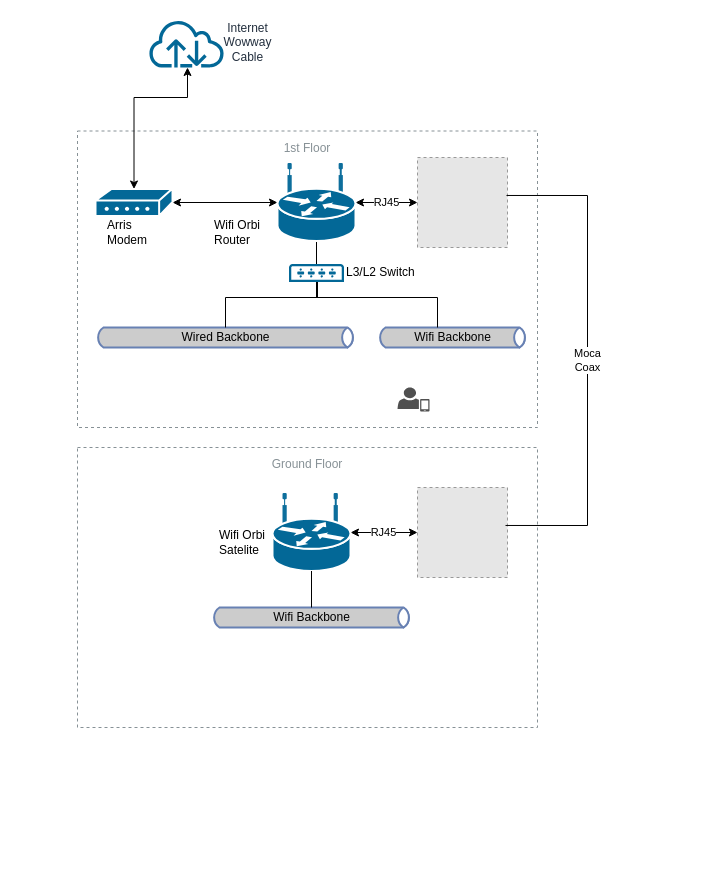
Earlier version of the draw.io diagram DrawIO/HomeNetwork.drawio (josephlim75/technologies). Source tidied: cells renumbered, new cells numbered last; positions are measured from the earlier drawing's top-left corner, leaving out a move shared by most shapes. Both pictures are drawn from the tidied source at 100%, with x=0, y=0 at pixel (77, 17). Pictures stored in the file or linked from it are replaced by grey dashed boxes.
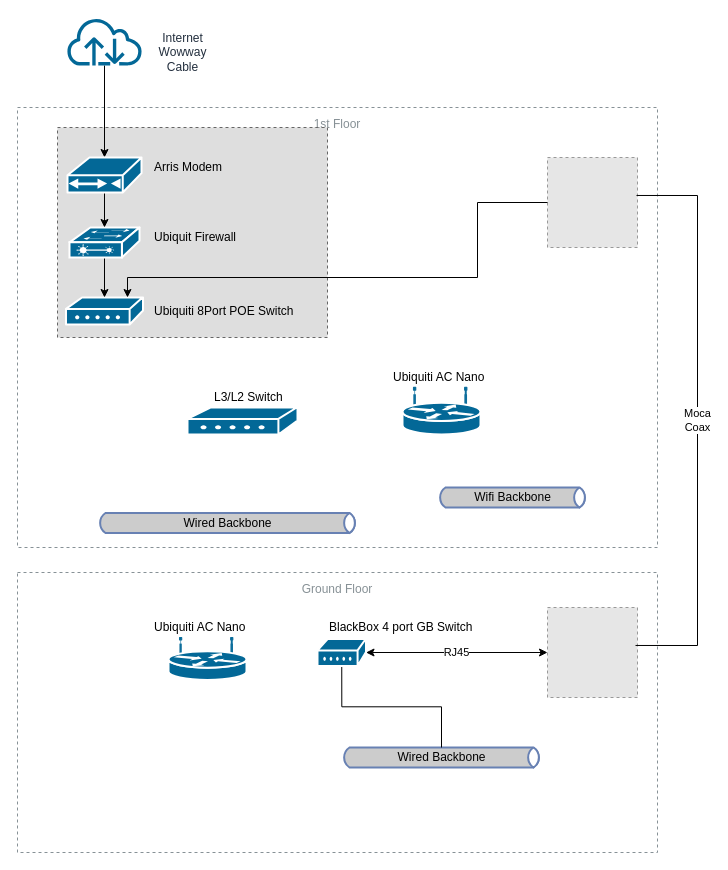
Above is the later version.

Change to the diagram source:
```diff
@@
     <mxCell id="2" value="Ground Floor" style="gradientColor=none;html=1;whiteSpace=wrap;fontSize=12;fontStyle=0;strokeColor=#879196;fillColor=none;verticalAlign=top;align=center;fontColor=#879196;dashed=1;spacingTop=3;" parent="1" vertex="1">
-      <mxGeometry y="430" width="460" height="280" as="geometry" />
+      <mxGeometry x="-60" y="555" width="640" height="280" as="geometry" />
     </mxCell>
     <mxCell id="3" value="1st Floor" style="gradientColor=none;html=1;whiteSpace=wrap;fontSize=12;fontStyle=0;strokeColor=#879196;fillColor=none;verticalAlign=top;align=center;fontColor=#879196;dashed=1;spacingTop=3;" parent="1" vertex="1">
-      <mxGeometry y="113.5" width="460" height="296.5" as="geometry" />
+      <mxGeometry x="-60" y="90" width="640" height="440" as="geometry" />
     </mxCell>
+    <mxCell id="29" style="rounded=0;whiteSpace=wrap;html=1;fillColor=#DEDEDE;dashed=1;strokeColor=#666666;" parent="1" vertex="1">
+      <mxGeometry x="-20" y="110" width="270" height="210" as="geometry" />
+    </mxCell>
     <mxCell id="4" style="fillColor=#E6E6E6;strokeColor=#999999;dashed=1;verticalLabelPosition=bottom;labelBackgroundColor=#ffffff;verticalAlign=top;rotation=-180;" parent="1" vertex="1">
-      <mxGeometry x="340" y="140" width="90" height="90" as="geometry" />
+      <mxGeometry x="470" y="140" width="90" height="90" as="geometry" />
     </mxCell>
-    <mxCell id="5" style="edgeStyle=orthogonalEdgeStyle;rounded=0;jettySize=auto;html=1;startArrow=classic;startFill=1;" parent="1" edge="1" source="6" target="9">
-      <mxGeometry relative="1" as="geometry" />
-    </mxCell>
     <mxCell id="6" style="shape=mxgraph.cisco.modems_and_phones.modem;html=1;dashed=0;fillColor=#036897;strokeColor=#ffffff;strokeWidth=2;verticalLabelPosition=bottom;verticalAlign=top;align=center;outlineConnect=0;" parent="1" vertex="1">
-      <mxGeometry x="18" y="171.5" width="77" height="27" as="geometry" />
+      <mxGeometry x="-11.5" y="280" width="77" height="27" as="geometry" />
     </mxCell>
-    <mxCell id="7" value="RJ45" style="edgeStyle=orthogonalEdgeStyle;rounded=0;jettySize=auto;html=1;startArrow=classic;startFill=1;" parent="1" edge="1" source="9" target="4">
-      <mxGeometry relative="1" as="geometry" />
-    </mxCell>
-    <mxCell id="8" style="edgeStyle=orthogonalEdgeStyle;rounded=0;jettySize=auto;html=1;exitX=0.5;exitY=0.32;exitDx=0;exitDy=0;exitPerimeter=0;endArrow=none;endFill=0;" parent="1" edge="1" source="9" target="12">
-      <mxGeometry relative="1" as="geometry" />
-    </mxCell>
     <mxCell id="9" style="shape=mxgraph.cisco.routers.wireless_router;html=1;dashed=0;fillColor=#036897;strokeColor=#ffffff;strokeWidth=2;verticalLabelPosition=bottom;verticalAlign=top;align=center;outlineConnect=0;" parent="1" vertex="1">
-      <mxGeometry x="200" y="146.5" width="78" height="77" as="geometry" />
+      <mxGeometry x="325" y="370" width="78" height="47" as="geometry" />
     </mxCell>
+    <mxCell id="30" style="edgeStyle=orthogonalEdgeStyle;rounded=0;jettySize=auto;html=1;entryX=0.5;entryY=0;entryDx=0;entryDy=0;entryPerimeter=0;" parent="1" edge="1" source="10" target="37">
+      <mxGeometry relative="1" as="geometry" />
+    </mxCell>
     <mxCell id="10" style="outlineConnect=0;fontColor=#232F3E;gradientColor=none;strokeColor=none;dashed=0;verticalLabelPosition=bottom;verticalAlign=top;align=center;html=1;fontSize=12;fontStyle=0;shape=mxgraph.aws4.internet;fillColor=#036897;" parent="1" vertex="1">
-      <mxGeometry x="70" y="2" width="78" height="48" as="geometry" />
+      <mxGeometry x="-12" width="78" height="48" as="geometry" />
     </mxCell>
-    <mxCell id="11" style="endArrow=classic;startArrow=classic;html=1;edgeStyle=orthogonalEdgeStyle;rounded=0;entryX=0.5;entryY=0;entryDx=0;entryDy=0;entryPerimeter=0;" parent="1" edge="1" source="10" target="6">
-      <mxGeometry relative="1" as="geometry">
-        <Array as="points">
-          <mxPoint x="110" y="80" />
-        </Array>
-      </mxGeometry>
-    </mxCell>
-    <mxCell id="12" style="shadow=0;dashed=0;html=1;strokeColor=none;labelPosition=center;verticalLabelPosition=bottom;verticalAlign=top;outlineConnect=0;align=center;shape=mxgraph.office.devices.switch;fillColor=#036897;" parent="1" vertex="1">
-      <mxGeometry x="211.5" y="246.5" width="55" height="18" as="geometry" />
-    </mxCell>
     <mxCell id="13" value="L3/L2 Switch" style="text;html=1;align=left;verticalAlign=middle;fillColor=none;strokeColor=none;rounded=0;" parent="1" vertex="1">
-      <mxGeometry x="266.5" y="244.5" width="80" height="20" as="geometry" />
+      <mxGeometry x="135" y="370" width="80" height="20" as="geometry" />
     </mxCell>
-    <mxCell id="14" value="Wifi Orbi&lt;br&gt;Router" style="text;html=1;align=left;verticalAlign=middle;fillColor=none;strokeColor=none;rounded=0;" parent="1" vertex="1">
-      <mxGeometry x="135" y="200" width="60" height="30" as="geometry" />
+    <mxCell id="14" value="Ubiquiti 8Port POE Switch" style="text;html=1;align=left;verticalAlign=middle;fillColor=none;strokeColor=none;rounded=0;" parent="1" vertex="1">
+      <mxGeometry x="75" y="283.5" width="150" height="20" as="geometry" />
     </mxCell>
-    <mxCell id="15" value="RJ45" style="edgeStyle=orthogonalEdgeStyle;rounded=0;jettySize=auto;html=1;entryX=1;entryY=0.5;entryDx=0;entryDy=0;entryPerimeter=0;startArrow=classic;startFill=1;" parent="1" edge="1" source="16" target="17">
+    <mxCell id="15" value="RJ45" style="edgeStyle=orthogonalEdgeStyle;rounded=0;jettySize=auto;html=1;entryX=1;entryY=0.5;entryDx=0;entryDy=0;entryPerimeter=0;startArrow=classic;startFill=1;" parent="1" edge="1" source="16" target="31">
       <mxGeometry relative="1" as="geometry" />
     </mxCell>
     <mxCell id="16" style="fillColor=#E6E6E6;strokeColor=#999999;dashed=1;verticalLabelPosition=bottom;labelBackgroundColor=#ffffff;verticalAlign=top;rotation=-180;" parent="1" vertex="1">
-      <mxGeometry x="340" y="470" width="90" height="90" as="geometry" />
+      <mxGeometry x="470" y="590" width="90" height="90" as="geometry" />
     </mxCell>
-    <mxCell id="17" style="shape=mxgraph.cisco.routers.wireless_router;html=1;dashed=0;fillColor=#036897;strokeColor=#ffffff;strokeWidth=2;verticalLabelPosition=bottom;verticalAlign=top;align=center;outlineConnect=0;" parent="1" vertex="1">
-      <mxGeometry x="195" y="476.5" width="78" height="77" as="geometry" />
-    </mxCell>
     <mxCell id="18" value="Moca&lt;br&gt;Coax" style="edgeStyle=orthogonalEdgeStyle;rounded=0;jettySize=auto;html=1;exitX=0.011;exitY=0.578;exitDx=0;exitDy=0;exitPerimeter=0;endArrow=none;endFill=0;entryX=0.022;entryY=0.578;entryDx=0;entryDy=0;entryPerimeter=0;" parent="1" edge="1" source="4" target="16">
       <mxGeometry relative="1" as="geometry">
         <Array as="points">
-          <mxPoint x="510" y="178" />
-          <mxPoint x="510" y="508" />
+          <mxPoint x="620" y="178" />
+          <mxPoint x="620" y="628" />
         </Array>
       </mxGeometry>
     </mxCell>
-    <mxCell id="19" value="Wifi Orbi&lt;br&gt;Satelite" style="text;html=1;align=left;verticalAlign=middle;fillColor=none;strokeColor=none;rounded=0;" parent="1" vertex="1">
-      <mxGeometry x="140" y="510" width="60" height="30" as="geometry" />
+    <mxCell id="19" value="BlackBox 4 port GB Switch" style="text;html=1;align=left;verticalAlign=middle;fillColor=none;strokeColor=none;rounded=0;" parent="1" vertex="1">
+      <mxGeometry x="250" y="600" width="160" height="20" as="geometry" />
     </mxCell>
     <mxCell id="20" value="&lt;span style=&quot;color: rgb(35 , 47 , 62)&quot;&gt;Internet&lt;/span&gt;&lt;br style=&quot;color: rgb(35 , 47 , 62)&quot;&gt;&lt;span style=&quot;color: rgb(35 , 47 , 62)&quot;&gt;Wowway&lt;/span&gt;&lt;br style=&quot;color: rgb(35 , 47 , 62)&quot;&gt;&lt;span style=&quot;color: rgb(35 , 47 , 62)&quot;&gt;Cable&lt;/span&gt;" style="text;html=1;align=center;verticalAlign=middle;fillColor=none;strokeColor=none;rounded=0;" parent="1" vertex="1">
-      <mxGeometry x="140" width="60" height="50" as="geometry" />
+      <mxGeometry x="75" y="10" width="60" height="50" as="geometry" />
     </mxCell>
-    <mxCell id="21" value="&lt;font color=&quot;#000000&quot;&gt;Wifi Backbone&lt;/font&gt;" style="html=1;outlineConnect=0;fillColor=#CCCCCC;strokeColor=#6881B3;gradientColor=none;gradientDirection=north;strokeWidth=2;shape=mxgraph.networks.bus;gradientColor=none;gradientDirection=north;fontColor=#ffffff;perimeter=backbonePerimeter;backboneSize=20;align=center;" parent="1" vertex="1">
-      <mxGeometry x="134" y="590" width="200" height="20" as="geometry" />
+    <mxCell id="21" value="&lt;font color=&quot;#000000&quot;&gt;Wired Backbone&lt;/font&gt;" style="html=1;outlineConnect=0;fillColor=#CCCCCC;strokeColor=#6881B3;gradientColor=none;gradientDirection=north;strokeWidth=2;shape=mxgraph.networks.bus;gradientColor=none;gradientDirection=north;fontColor=#ffffff;perimeter=backbonePerimeter;backboneSize=20;align=center;" parent="1" vertex="1">
+      <mxGeometry x="264" y="730" width="200" height="20" as="geometry" />
     </mxCell>
     <mxCell id="22" value="&lt;font color=&quot;#000000&quot;&gt;Wired Backbone&lt;/font&gt;" style="html=1;outlineConnect=0;fillColor=#CCCCCC;strokeColor=#6881B3;gradientColor=none;gradientDirection=north;strokeWidth=2;shape=mxgraph.networks.bus;gradientColor=none;gradientDirection=north;fontColor=#ffffff;perimeter=backbonePerimeter;backboneSize=20;align=center;" parent="1" vertex="1">
-      <mxGeometry x="18" y="310" width="260" height="20" as="geometry" />
+      <mxGeometry x="20" y="495.5" width="260" height="20" as="geometry" />
     </mxCell>
     <mxCell id="23" value="&lt;font color=&quot;#000000&quot;&gt;Wifi Backbone&lt;/font&gt;" style="html=1;outlineConnect=0;fillColor=#CCCCCC;strokeColor=#6881B3;gradientColor=none;gradientDirection=north;strokeWidth=2;shape=mxgraph.networks.bus;gradientColor=none;gradientDirection=north;fontColor=#ffffff;perimeter=backbonePerimeter;backboneSize=20;align=center;" parent="1" vertex="1">
-      <mxGeometry x="300" y="310" width="150" height="20" as="geometry" />
+      <mxGeometry x="360" y="470" width="150" height="20" as="geometry" />
     </mxCell>
-    <mxCell id="24" style="endArrow=none;html=1;edgeStyle=orthogonalEdgeStyle;rounded=0;" parent="1" edge="1" source="23" target="12">
-      <mxGeometry relative="1" as="geometry">
-        <Array as="points">
-          <mxPoint x="360" y="280" />
-          <mxPoint x="239" y="280" />
-        </Array>
-      </mxGeometry>
-    </mxCell>
-    <mxCell id="25" style="endArrow=none;html=1;edgeStyle=orthogonalEdgeStyle;rounded=0;" parent="1" edge="1" source="22" target="12">
-      <mxGeometry relative="1" as="geometry">
-        <Array as="points">
-          <mxPoint x="148" y="280" />
-          <mxPoint x="240" y="280" />
-        </Array>
-      </mxGeometry>
-    </mxCell>
-    <mxCell id="26" style="endArrow=none;html=1;edgeStyle=orthogonalEdgeStyle;rounded=0;entryX=0.5;entryY=1;entryDx=0;entryDy=0;entryPerimeter=0;" parent="1" edge="1" source="21" target="17">
+    <mxCell id="26" style="endArrow=none;html=1;edgeStyle=orthogonalEdgeStyle;rounded=0;entryX=0.5;entryY=1;entryDx=0;entryDy=0;entryPerimeter=0;" parent="1" edge="1" source="21" target="31">
       <mxGeometry relative="1" as="geometry" />
     </mxCell>
-    <mxCell id="27" value="Arris&lt;br&gt;Modem" style="text;html=1;align=left;verticalAlign=middle;fillColor=none;strokeColor=none;rounded=0;" parent="1" vertex="1">
-      <mxGeometry x="27.5" y="200" width="60" height="30" as="geometry" />
+    <mxCell id="27" value="Arris Modem" style="text;html=1;align=left;verticalAlign=middle;fillColor=none;strokeColor=none;rounded=0;" parent="1" vertex="1">
+      <mxGeometry x="75" y="140" width="80" height="20" as="geometry" />
     </mxCell>
-    <mxCell id="28" style="shadow=0;dashed=0;html=1;strokeColor=none;fillColor=#505050;labelPosition=center;verticalLabelPosition=bottom;verticalAlign=top;align=center;shape=mxgraph.office.users.mobile_user;" parent="1" vertex="1">
-      <mxGeometry x="320" y="370" width="32" height="24" as="geometry" />
-    </mxCell>
+    <mxCell id="31" style="shape=mxgraph.cisco.modems_and_phones.modem;html=1;dashed=0;fillColor=#036897;strokeColor=#ffffff;strokeWidth=2;verticalLabelPosition=bottom;verticalAlign=top;align=center;outlineConnect=0;" parent="1" vertex="1">
+      <mxGeometry x="240" y="621.5" width="48.5" height="27" as="geometry" />
+    </mxCell>
+    <mxCell id="32" style="edgeStyle=orthogonalEdgeStyle;rounded=0;jettySize=auto;html=1;exitX=1;exitY=0.5;exitDx=0;exitDy=0;" parent="1" edge="1" source="4" target="6">
+      <mxGeometry relative="1" as="geometry">
+        <Array as="points">
+          <mxPoint x="400" y="185" />
+          <mxPoint x="400" y="260" />
+          <mxPoint x="50" y="260" />
+        </Array>
+      </mxGeometry>
+    </mxCell>
+    <mxCell id="33" style="edgeStyle=orthogonalEdgeStyle;rounded=0;jettySize=auto;html=1;" parent="1" edge="1" source="34" target="6">
+      <mxGeometry relative="1" as="geometry" />
+    </mxCell>
+    <mxCell id="34" style="shape=mxgraph.cisco.switches.layer_2_remote_switch;html=1;dashed=0;fillColor=#036897;strokeColor=#ffffff;strokeWidth=2;verticalLabelPosition=bottom;verticalAlign=top;align=center;outlineConnect=0;" parent="1" vertex="1">
+      <mxGeometry x="-8" y="210" width="70" height="30" as="geometry" />
+    </mxCell>
+    <mxCell id="35" style="shape=mxgraph.cisco.routers.wireless_router;html=1;dashed=0;fillColor=#036897;strokeColor=#ffffff;strokeWidth=2;verticalLabelPosition=bottom;verticalAlign=top;align=center;" parent="1" vertex="1">
+      <mxGeometry x="91" y="620" width="78" height="42.5" as="geometry" />
+    </mxCell>
+    <mxCell id="36" style="edgeStyle=orthogonalEdgeStyle;rounded=0;jettySize=auto;html=1;" parent="1" edge="1" source="37" target="34">
+      <mxGeometry relative="1" as="geometry" />
+    </mxCell>
+    <mxCell id="37" style="shape=mxgraph.cisco.modems_and_phones.cable_modem;html=1;dashed=0;fillColor=#036897;strokeColor=#ffffff;strokeWidth=2;verticalLabelPosition=bottom;verticalAlign=top;align=center;outlineConnect=0;" parent="1" vertex="1">
+      <mxGeometry x="-10" y="140" width="74" height="35" as="geometry" />
+    </mxCell>
+    <mxCell id="38" value="Ubiquit Firewall" style="text;html=1;align=left;verticalAlign=middle;fillColor=none;strokeColor=none;rounded=0;" parent="1" vertex="1">
+      <mxGeometry x="75" y="210" width="100" height="20" as="geometry" />
+    </mxCell>
+    <mxCell id="39" style="shape=mxgraph.cisco.modems_and_phones.modem;html=1;dashed=0;fillColor=#036897;strokeColor=#ffffff;strokeWidth=2;verticalLabelPosition=bottom;verticalAlign=top;align=center;" parent="1" vertex="1">
+      <mxGeometry x="110" y="390" width="110" height="27" as="geometry" />
+    </mxCell>
+    <mxCell id="40" value="Ubiquiti AC Nano" style="text;html=1;align=left;verticalAlign=middle;fillColor=none;strokeColor=none;rounded=0;" parent="1" vertex="1">
+      <mxGeometry x="314" y="350" width="110" height="20" as="geometry" />
+    </mxCell>
+    <mxCell id="41" value="Ubiquiti AC Nano" style="text;html=1;align=left;verticalAlign=middle;fillColor=none;strokeColor=none;rounded=0;" parent="1" vertex="1">
+      <mxGeometry x="75" y="600" width="110" height="20" as="geometry" />
+    </mxCell>
```
